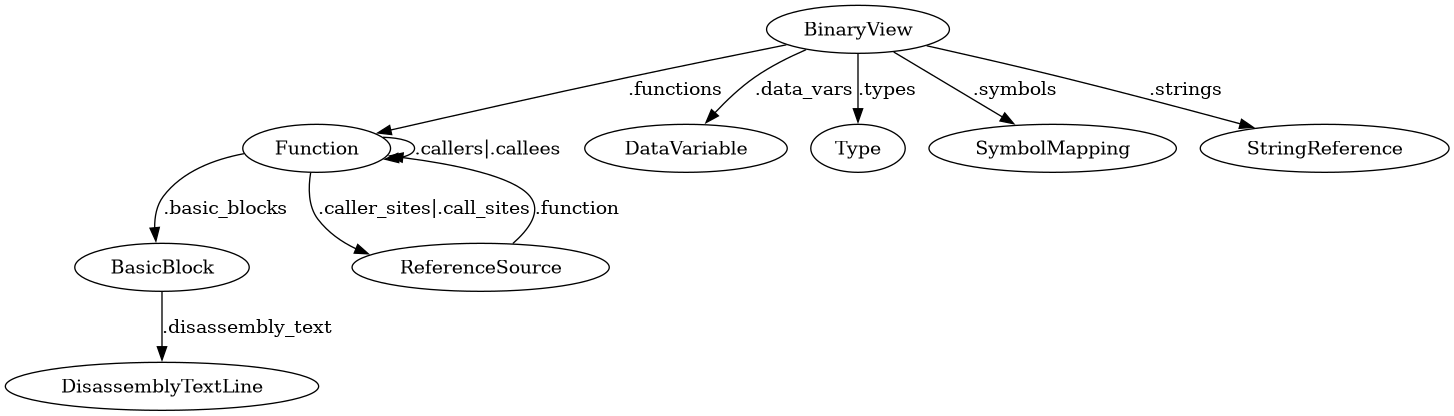
Above: overview.png in RioKato/binja-cheatsheet (Graphviz), before the change. Its source is kept beside it as overview.gv.
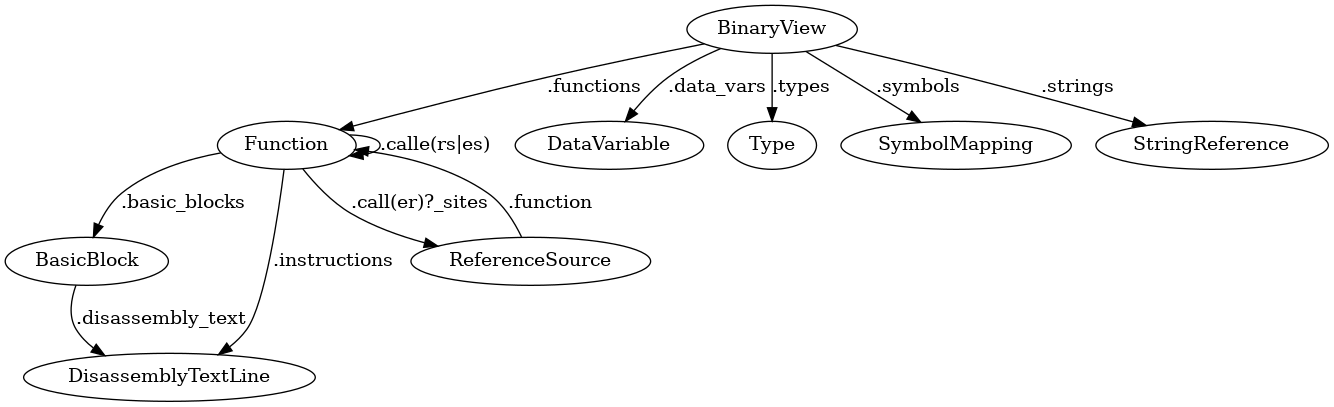
Above is the later version.

Change to the diagram source:
```diff
@@ -2,9 +2,10 @@
   BinaryView -> Function [label = ".functions"];
   Function -> BasicBlock [label = ".basic_blocks"];
   BasicBlock -> DisassemblyTextLine [label = ".disassembly_text"];
-  Function -> ReferenceSource [label = ".caller_sites|.call_sites"];
+  Function -> DisassemblyTextLine [label = ".instructions"];
+  Function -> ReferenceSource [label = ".call(er)?_sites"];
   ReferenceSource -> Function [label = ".function"];
-  Function -> Function [label = ".callers|.callees"];
+  Function -> Function [label = ".calle(rs|es)"];
   BinaryView -> DataVariable [label = ".data_vars"];
   BinaryView -> Type [label = ".types"];
   BinaryView -> SymbolMapping [label = ".symbols"];
```
